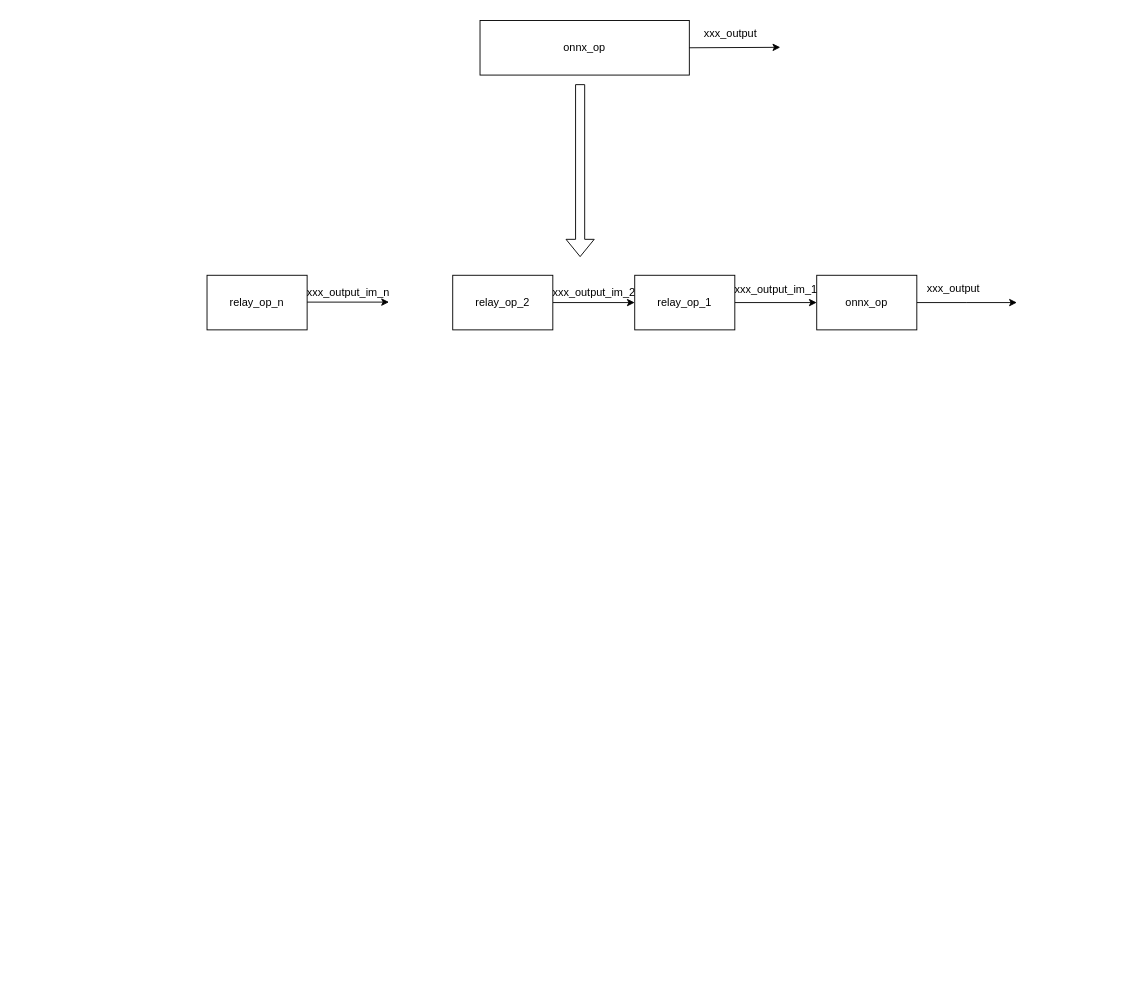
Above: Untitled Diagram.drawio in gdhzyz/draws (draw.io), before the change. Source tidied: cells renumbered, new cells numbered last; positions are measured from the earlier drawing's top-left corner, leaving out a move shared by most shapes. Both pictures are drawn from the tidied source at 91%, with x=0, y=0 at pixel (207, 20).
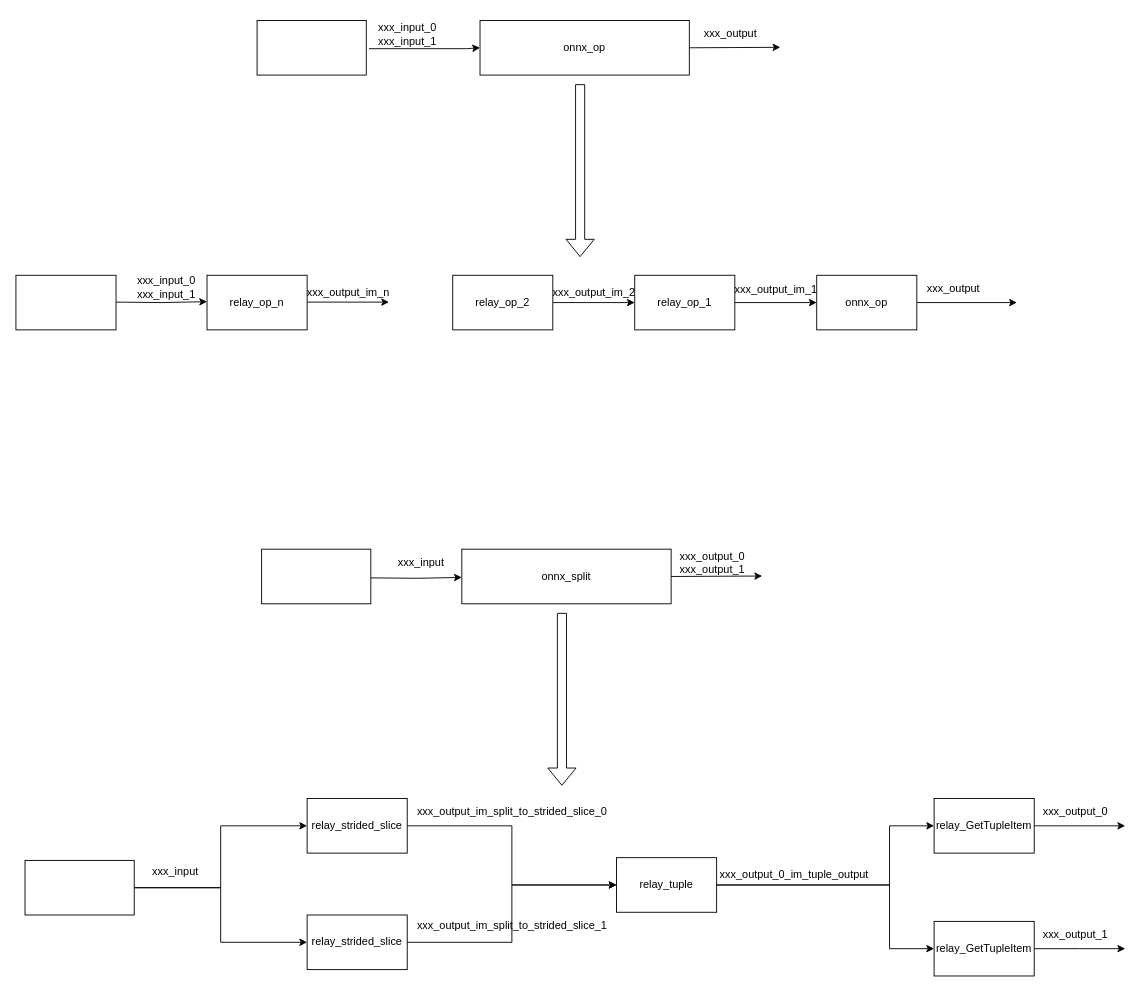
The same diagram, later.

The edit, as a diff of the source:
```diff
@@
+    <mxCell id="18" value="onnx_split" style="rounded=0;whiteSpace=wrap;html=1;" parent="1" vertex="1">
+      <mxGeometry x="280" y="581" width="230" height="60" as="geometry" />
+    </mxCell>
+    <mxCell id="19" style="edgeStyle=orthogonalEdgeStyle;rounded=0;jettySize=auto;html=1;exitX=1;exitY=0.5;exitDx=0;exitDy=0;entryX=0;entryY=0.5;entryDx=0;entryDy=0;" parent="1" edge="1" source="21" target="29">
+      <mxGeometry relative="1" as="geometry">
+        <Array as="points">
+          <mxPoint x="750" y="950" />
+          <mxPoint x="750" y="885" />
+        </Array>
+      </mxGeometry>
+    </mxCell>
+    <mxCell id="20" style="edgeStyle=orthogonalEdgeStyle;rounded=0;jettySize=auto;html=1;exitX=1;exitY=0.5;exitDx=0;exitDy=0;entryX=0;entryY=0.5;entryDx=0;entryDy=0;" parent="1" edge="1" source="21" target="32">
+      <mxGeometry relative="1" as="geometry">
+        <Array as="points">
+          <mxPoint x="750" y="950" />
+          <mxPoint x="750" y="1020" />
+        </Array>
+      </mxGeometry>
+    </mxCell>
+    <mxCell id="21" value="relay_tuple" style="rounded=0;whiteSpace=wrap;html=1;" parent="1" vertex="1">
+      <mxGeometry x="450" y="920" width="110" height="60" as="geometry" />
+    </mxCell>
+    <mxCell id="22" style="edgeStyle=orthogonalEdgeStyle;rounded=0;jettySize=auto;html=1;exitX=1;exitY=0.5;exitDx=0;exitDy=0;entryX=0;entryY=0.5;entryDx=0;entryDy=0;" parent="1" edge="1" source="23" target="21">
+      <mxGeometry relative="1" as="geometry" />
+    </mxCell>
+    <mxCell id="23" value="relay_strided_slice" style="rounded=0;whiteSpace=wrap;html=1;" parent="1" vertex="1">
+      <mxGeometry x="110" y="855" width="110" height="60" as="geometry" />
+    </mxCell>
+    <mxCell id="24" value="xxx_output_0&lt;div&gt;xxx_output_1&lt;/div&gt;" style="text;html=1;align=center;verticalAlign=middle;strokeColor=none;fillColor=none;" parent="1" vertex="1">
+      <mxGeometry x="510" y="576" width="90" height="40" as="geometry" />
+    </mxCell>
+    <mxCell id="25" style="edgeStyle=orthogonalEdgeStyle;rounded=0;jettySize=auto;html=1;exitX=1;exitY=0.5;exitDx=0;exitDy=0;entryX=0;entryY=0.5;entryDx=0;entryDy=0;" parent="1" edge="1" source="18">
+      <mxGeometry relative="1" as="geometry">
+        <mxPoint x="610" y="610.5" as="targetPoint" />
+      </mxGeometry>
+    </mxCell>
+    <mxCell id="26" value="xxx_output_im_split_to_strided_slice_0" style="text;html=1;align=center;verticalAlign=middle;strokeColor=none;fillColor=none;" parent="1" vertex="1">
+      <mxGeometry x="220" y="855" width="230" height="30" as="geometry" />
+    </mxCell>
+    <mxCell id="27" style="shape=flexArrow;endArrow=classic;html=1;rounded=0;" parent="1" edge="1">
+      <mxGeometry relative="1" as="geometry">
+        <mxPoint x="390" y="651" as="sourcePoint" />
+        <mxPoint x="390" y="841" as="targetPoint" />
+      </mxGeometry>
+    </mxCell>
+    <mxCell id="28" style="edgeStyle=orthogonalEdgeStyle;rounded=0;jettySize=auto;html=1;exitX=1;exitY=0.5;exitDx=0;exitDy=0;" parent="1" edge="1" source="29">
+      <mxGeometry relative="1" as="geometry">
+        <mxPoint x="1009" y="885" as="targetPoint" />
+      </mxGeometry>
+    </mxCell>
+    <mxCell id="29" value="relay_GetTupleItem" style="rounded=0;whiteSpace=wrap;html=1;" parent="1" vertex="1">
+      <mxGeometry x="799" y="855" width="110" height="60" as="geometry" />
+    </mxCell>
+    <mxCell id="30" value="xxx_output_0" style="text;html=1;align=center;verticalAlign=middle;strokeColor=none;fillColor=none;" parent="1" vertex="1">
+      <mxGeometry x="909" y="855" width="90" height="30" as="geometry" />
+    </mxCell>
+    <mxCell id="31" style="edgeStyle=orthogonalEdgeStyle;rounded=0;jettySize=auto;html=1;exitX=1;exitY=0.5;exitDx=0;exitDy=0;" parent="1" edge="1" source="32">
+      <mxGeometry relative="1" as="geometry">
+        <mxPoint x="1009" y="1020" as="targetPoint" />
+      </mxGeometry>
+    </mxCell>
+    <mxCell id="32" value="relay_GetTupleItem" style="rounded=0;whiteSpace=wrap;html=1;" parent="1" vertex="1">
+      <mxGeometry x="799" y="990" width="110" height="60" as="geometry" />
+    </mxCell>
+    <mxCell id="33" value="xxx_output_1" style="text;html=1;align=center;verticalAlign=middle;strokeColor=none;fillColor=none;" parent="1" vertex="1">
+      <mxGeometry x="909" y="990" width="90" height="30" as="geometry" />
+    </mxCell>
+    <mxCell id="34" value="xxx_output_0_im_tuple_output" style="text;html=1;align=center;verticalAlign=middle;strokeColor=none;fillColor=none;" parent="1" vertex="1">
+      <mxGeometry x="550" y="924" width="190" height="30" as="geometry" />
+    </mxCell>
+    <mxCell id="35" style="edgeStyle=orthogonalEdgeStyle;rounded=0;jettySize=auto;html=1;exitX=1;exitY=0.5;exitDx=0;exitDy=0;entryX=0;entryY=0.5;entryDx=0;entryDy=0;" parent="1" edge="1" source="36" target="21">
+      <mxGeometry relative="1" as="geometry" />
+    </mxCell>
+    <mxCell id="36" value="relay_strided_slice" style="rounded=0;whiteSpace=wrap;html=1;" parent="1" vertex="1">
+      <mxGeometry x="110" y="983" width="110" height="60" as="geometry" />
+    </mxCell>
+    <mxCell id="37" value="xxx_output_im_split_to_strided_slice_1" style="text;html=1;align=center;verticalAlign=middle;strokeColor=none;fillColor=none;" parent="1" vertex="1">
+      <mxGeometry x="220" y="980" width="230" height="30" as="geometry" />
+    </mxCell>
+    <mxCell id="38" style="edgeStyle=orthogonalEdgeStyle;rounded=0;jettySize=auto;html=1;exitX=0.033;exitY=0.9;exitDx=0;exitDy=0;entryX=0;entryY=0.5;entryDx=0;entryDy=0;exitPerimeter=0;" parent="1" edge="1" source="39">
+      <mxGeometry relative="1" as="geometry">
+        <mxPoint x="300" y="30" as="targetPoint" />
+      </mxGeometry>
+    </mxCell>
+    <mxCell id="39" value="xxx_input_0&lt;div&gt;xxx_input_1&lt;/div&gt;" style="text;html=1;align=center;verticalAlign=middle;points=[];strokeColor=none;fillColor=none;" parent="1" vertex="1">
+      <mxGeometry x="175" y="-5" width="90" height="40" as="geometry" />
+    </mxCell>
+    <mxCell id="40" value="xxx_input_0&lt;div&gt;xxx_input_1&lt;/div&gt;" style="text;html=1;align=center;verticalAlign=middle;strokeColor=none;fillColor=none;" parent="1" vertex="1">
+      <mxGeometry x="-90" y="273" width="90" height="40" as="geometry" />
+    </mxCell>
+    <mxCell id="41" style="edgeStyle=orthogonalEdgeStyle;rounded=0;orthogonalLoop=1;jettySize=auto;html=1;exitX=1;exitY=0.5;exitDx=0;exitDy=0;entryX=0;entryY=0.5;entryDx=0;entryDy=0;" parent="1" edge="1">
+      <mxGeometry relative="1" as="geometry">
+        <mxPoint x="-100" y="309.5" as="sourcePoint" />
+        <mxPoint y="309" as="targetPoint" />
+      </mxGeometry>
+    </mxCell>
+    <mxCell id="42" value="xxx_input" style="text;html=1;align=center;verticalAlign=middle;strokeColor=none;fillColor=none;" parent="1" vertex="1">
+      <mxGeometry x="200" y="581" width="70" height="30" as="geometry" />
+    </mxCell>
+    <mxCell id="43" style="edgeStyle=orthogonalEdgeStyle;rounded=0;orthogonalLoop=1;jettySize=auto;html=1;exitX=1;exitY=0.5;exitDx=0;exitDy=0;entryX=0;entryY=0.5;entryDx=0;entryDy=0;" parent="1" edge="1">
+      <mxGeometry relative="1" as="geometry">
+        <mxPoint x="180" y="612.5" as="sourcePoint" />
+        <mxPoint x="280" y="612" as="targetPoint" />
+      </mxGeometry>
+    </mxCell>
+    <mxCell id="44" value="xxx_input" style="text;html=1;align=center;verticalAlign=middle;strokeColor=none;fillColor=none;" parent="1" vertex="1">
+      <mxGeometry x="-70" y="920" width="70" height="30" as="geometry" />
+    </mxCell>
+    <mxCell id="45" style="rounded=0;whiteSpace=wrap;html=1;" parent="1" vertex="1">
+      <mxGeometry x="55" width="120" height="60" as="geometry" />
+    </mxCell>
+    <mxCell id="46" style="rounded=0;whiteSpace=wrap;html=1;" parent="1" vertex="1">
+      <mxGeometry x="-210" y="280" width="110" height="60" as="geometry" />
+    </mxCell>
+    <mxCell id="47" style="rounded=0;whiteSpace=wrap;html=1;" parent="1" vertex="1">
+      <mxGeometry x="60" y="581" width="120" height="60" as="geometry" />
+    </mxCell>
+    <mxCell id="48" style="edgeStyle=orthogonalEdgeStyle;rounded=0;jettySize=auto;html=1;exitX=1;exitY=0.5;exitDx=0;exitDy=0;entryX=0;entryY=0.5;entryDx=0;entryDy=0;" parent="1" edge="1" source="50" target="36">
+      <mxGeometry relative="1" as="geometry" />
+    </mxCell>
+    <mxCell id="49" style="edgeStyle=orthogonalEdgeStyle;rounded=0;jettySize=auto;html=1;exitX=1;exitY=0.5;exitDx=0;exitDy=0;entryX=0;entryY=0.5;entryDx=0;entryDy=0;" parent="1" edge="1" source="50" target="23">
+      <mxGeometry relative="1" as="geometry" />
+    </mxCell>
+    <mxCell id="50" style="rounded=0;whiteSpace=wrap;html=1;" parent="1" vertex="1">
+      <mxGeometry x="-200" y="923" width="120" height="60" as="geometry" />
+    </mxCell>
```
